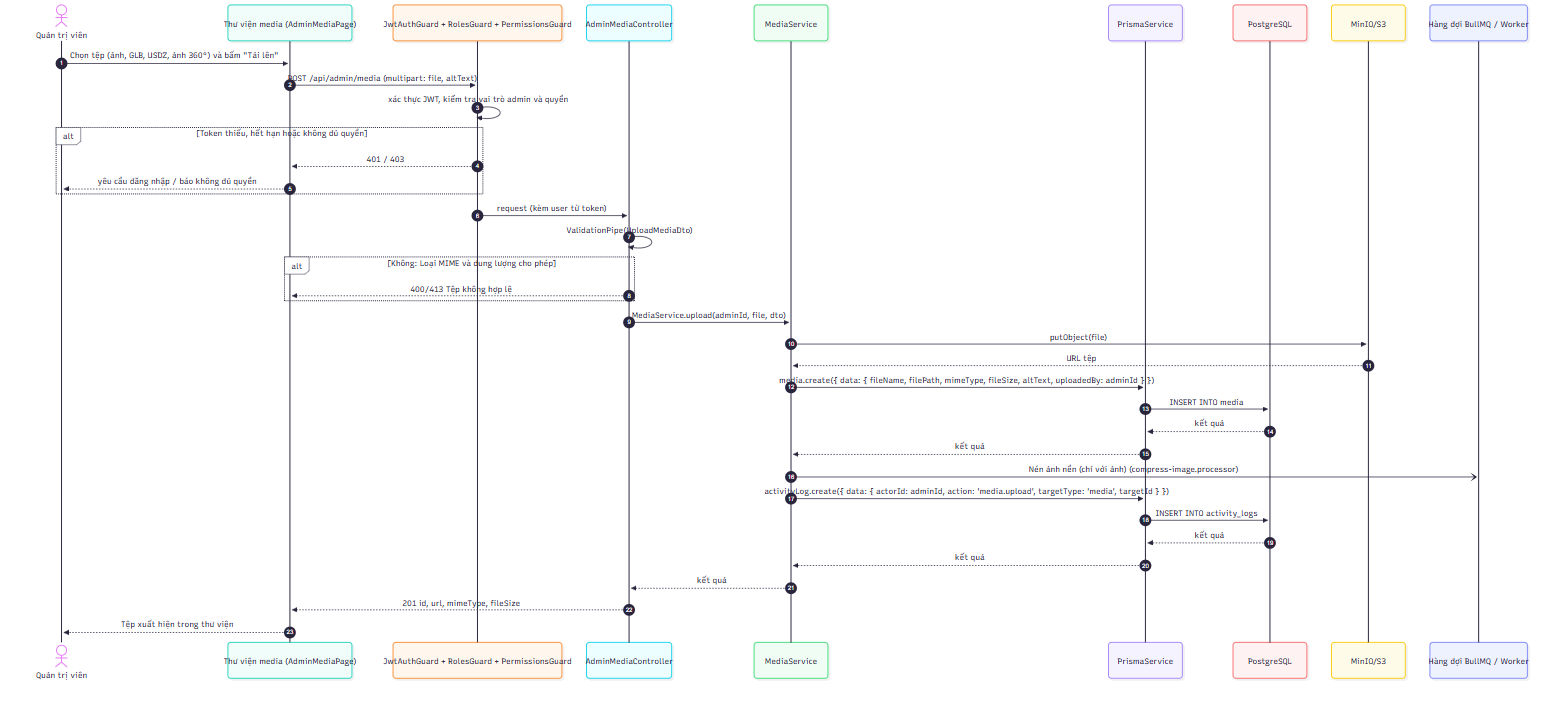
This is docs/diagrams/png/sequence_UC-ADM-04_quan-ly-media-anh-tep.png from 2431540234-arch/XDUDTMDT, a Mermaid export, as it was before one commit. Its source is kept beside it as docs/diagrams/src/sequence_UC-ADM-04_quan-ly-media-anh-tep.mmd.
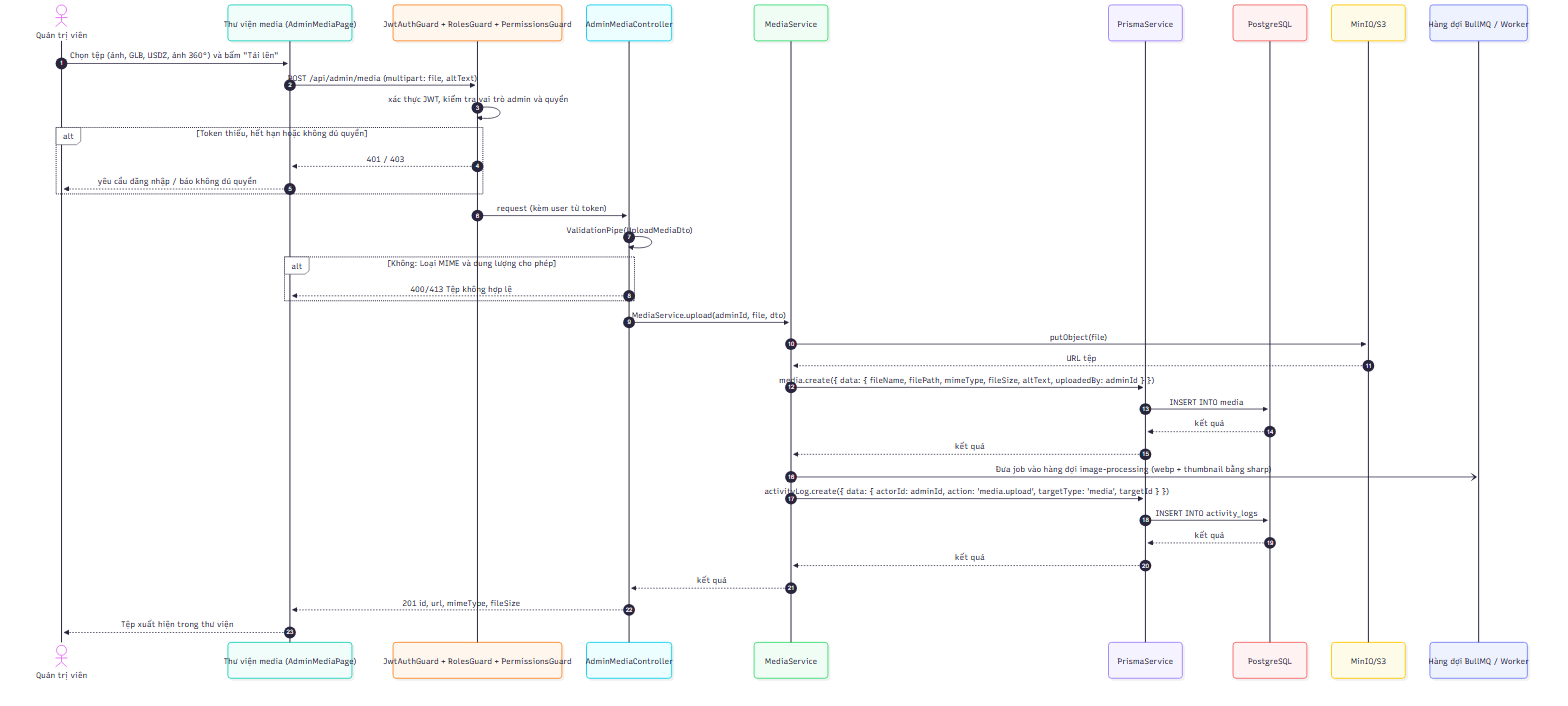
After the change.

The edit, as a diff of the source:
```diff
@@ -28,7 +28,7 @@
     P->>D: INSERT INTO media
     D-->>P: kết quả
     P-->>S: kết quả
-    S-)W: Nén ảnh nền (chỉ với ảnh) (compress-image.processor)
+    S-)W: Đưa job vào hàng đợi image-processing (webp + thumbnail bằng sharp)
     S->>P: activityLog.create({ data: { actorId: adminId, action: 'media.upload', targetType: 'media', targetId } })
     P->>D: INSERT INTO activity_logs
     D-->>P: kết quả
```
